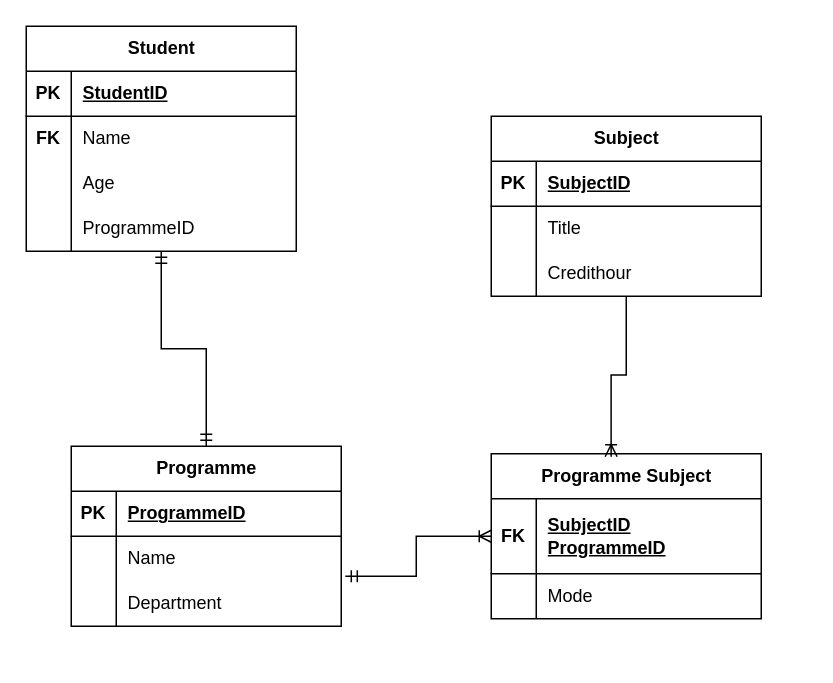
The draw.io diagram databasework1.drawio in i4GS/test, before the edit. Source tidied: cells renumbered, new cells numbered last; positions are measured from the earlier drawing's top-left corner, leaving out a move shared by most shapes. Both pictures are drawn from the tidied source at 150%, with x=0, y=0 at pixel (26, 26).
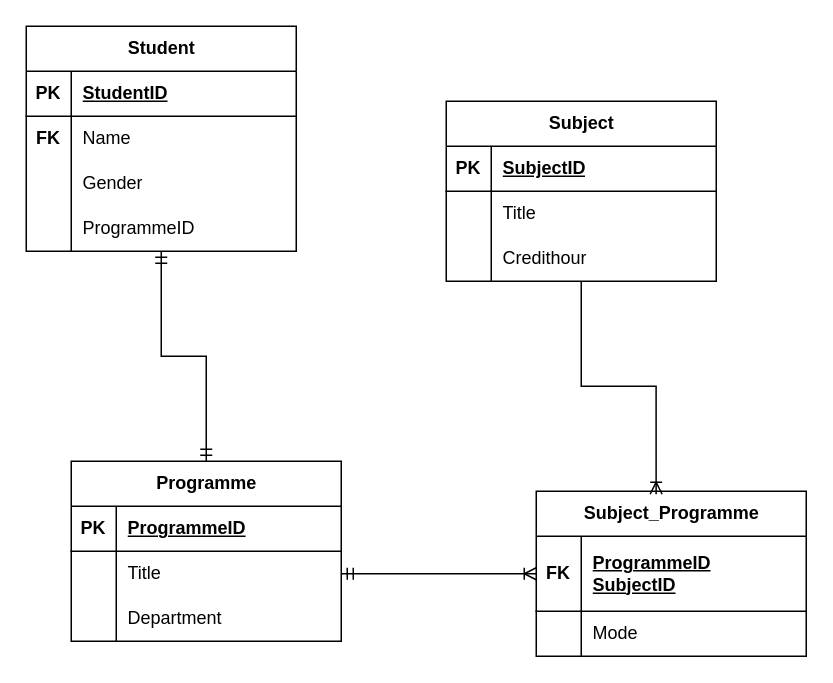
The same diagram, later.

Unchanged cells that the change refers to:
```xml
<mxCell id="10" style="shape=tableRow;horizontal=0;startSize=0;swimlaneHead=0;swimlaneBody=0;fillColor=none;top=0;left=0;right=0;bottom=0;" parent="3" vertex="1">
  <mxGeometry y="90" width="180" height="30" as="geometry" />
</mxCell>
<mxCell id="30" style="shape=tableRow;horizontal=0;startSize=0;swimlaneHead=0;swimlaneBody=0;fillColor=none;points=[[0,0.5],[1,0.5]];portConstraint=eastwest;top=0;left=0;right=0;bottom=0;" parent="26" vertex="1">
  <mxGeometry y="60" width="180" height="30" as="geometry" />
</mxCell>
<mxCell id="33" style="shape=tableRow;horizontal=0;startSize=0;swimlaneHead=0;swimlaneBody=0;fillColor=none;points=[[0,0.5],[1,0.5]];portConstraint=eastwest;top=0;left=0;right=0;bottom=0;" parent="26" vertex="1">
  <mxGeometry y="90" width="180" height="30" as="geometry" />
</mxCell>
<mxCell id="37" style="shape=tableRow;horizontal=0;startSize=0;swimlaneHead=0;swimlaneBody=0;fillColor=none;top=0;left=0;right=0;bottom=1;" parent="36" vertex="1">
  <mxGeometry y="30" width="180" height="50" as="geometry" />
</mxCell>
```

Change to the diagram source:
```diff
@@
-    <mxCell id="12" value="Age" style="shape=partialRectangle;fillColor=none;top=0;left=0;bottom=0;right=0;align=left;spacingLeft=6;overflow=hidden;whiteSpace=wrap;html=1;" parent="10" vertex="1">
+    <mxCell id="12" value="Gender" style="shape=partialRectangle;fillColor=none;top=0;left=0;bottom=0;right=0;align=left;spacingLeft=6;overflow=hidden;whiteSpace=wrap;html=1;" parent="10" vertex="1">
       <mxGeometry x="30" width="150" height="30" as="geometry" />
     </mxCell>
@@
     <mxCell id="16" value="Subject" style="shape=table;startSize=30;childLayout=tableLayout;rowLines=0;fontStyle=1;align=center;html=1;" parent="1" vertex="1">
-      <mxGeometry x="310" y="60" width="180" height="120" as="geometry" />
+      <mxGeometry x="280" y="50" width="180" height="120" as="geometry" />
     </mxCell>
@@
     <mxCell id="26" value="Programme" style="shape=table;startSize=30;childLayout=tableLayout;rowLines=0;fontStyle=1;align=center;html=1;" parent="1" vertex="1">
-      <mxGeometry x="30" y="280" width="180" height="120" as="geometry" />
+      <mxGeometry x="30" y="290" width="180" height="120" as="geometry" />
     </mxCell>
@@
-    <mxCell id="32" value="Name" style="shape=partialRectangle;fillColor=none;top=0;left=0;bottom=0;right=0;align=left;spacingLeft=6;overflow=hidden;whiteSpace=wrap;html=1;" parent="30" vertex="1">
+    <mxCell id="32" value="Title" style="shape=partialRectangle;fillColor=none;top=0;left=0;bottom=0;right=0;align=left;spacingLeft=6;overflow=hidden;whiteSpace=wrap;html=1;" parent="30" vertex="1">
       <mxGeometry x="30" width="150" height="30" as="geometry" />
     </mxCell>
@@
-    <mxCell id="36" value="Programme Subject" style="shape=table;startSize=30;childLayout=tableLayout;rowLines=0;fontStyle=1;align=center;html=1;" parent="1" vertex="1">
-      <mxGeometry x="310" y="285" width="180" height="110" as="geometry" />
+    <mxCell id="36" value="Subject_Programme" style="shape=table;startSize=30;childLayout=tableLayout;rowLines=0;fontStyle=1;align=center;html=1;" parent="1" vertex="1">
+      <mxGeometry x="340" y="310" width="180" height="110" as="geometry" />
     </mxCell>
@@
-    <mxCell id="39" value="SubjectID&lt;br&gt;ProgrammeID" style="shape=partialRectangle;fillColor=none;top=0;left=0;bottom=0;right=0;align=left;spacingLeft=6;fontStyle=5;overflow=hidden;whiteSpace=wrap;html=1;" parent="37" vertex="1">
+    <mxCell id="39" value="ProgrammeID&lt;br&gt;SubjectID" style="shape=partialRectangle;fillColor=none;top=0;left=0;bottom=0;right=0;align=left;spacingLeft=6;fontStyle=5;overflow=hidden;whiteSpace=wrap;html=1;" parent="37" vertex="1">
       <mxGeometry x="30" width="150" height="50" as="geometry" />
     </mxCell>
@@
-    <mxCell id="44" style="edgeStyle=orthogonalEdgeStyle;rounded=0;jettySize=auto;html=1;entryX=1.015;entryY=-0.111;entryDx=0;entryDy=0;entryPerimeter=0;endArrow=ERmandOne;endFill=0;startArrow=ERoneToMany;startFill=0;" parent="1" edge="1" source="36" target="33">
+    <mxCell id="44" style="edgeStyle=orthogonalEdgeStyle;rounded=0;jettySize=auto;html=1;endArrow=ERmandOne;endFill=0;startArrow=ERoneToMany;startFill=0;entryX=1;entryY=0.5;entryDx=0;entryDy=0;" parent="1" edge="1" source="36" target="30">
       <mxGeometry relative="1" as="geometry" />
     </mxCell>
```
